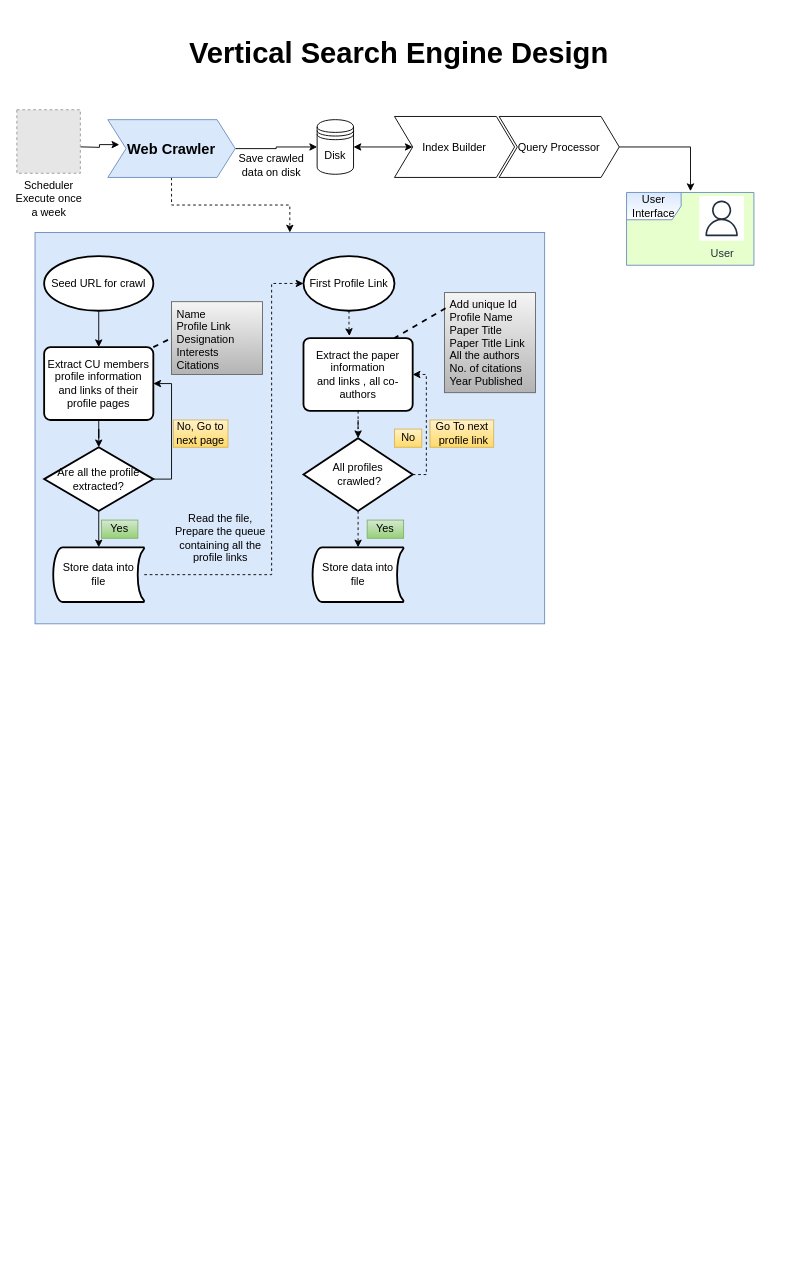
Before: Untitled Diagram.drawio in rawat-sushil/vertical_search_engine, a draw.io diagram. Source tidied: cells renumbered, new cells numbered last; positions are measured from the earlier drawing's top-left corner, leaving out a move shared by most shapes. Both pictures are drawn from the tidied source at 91%, with x=0, y=0 at pixel (16, 29). Pictures stored in the file or linked from it are replaced by grey dashed boxes.
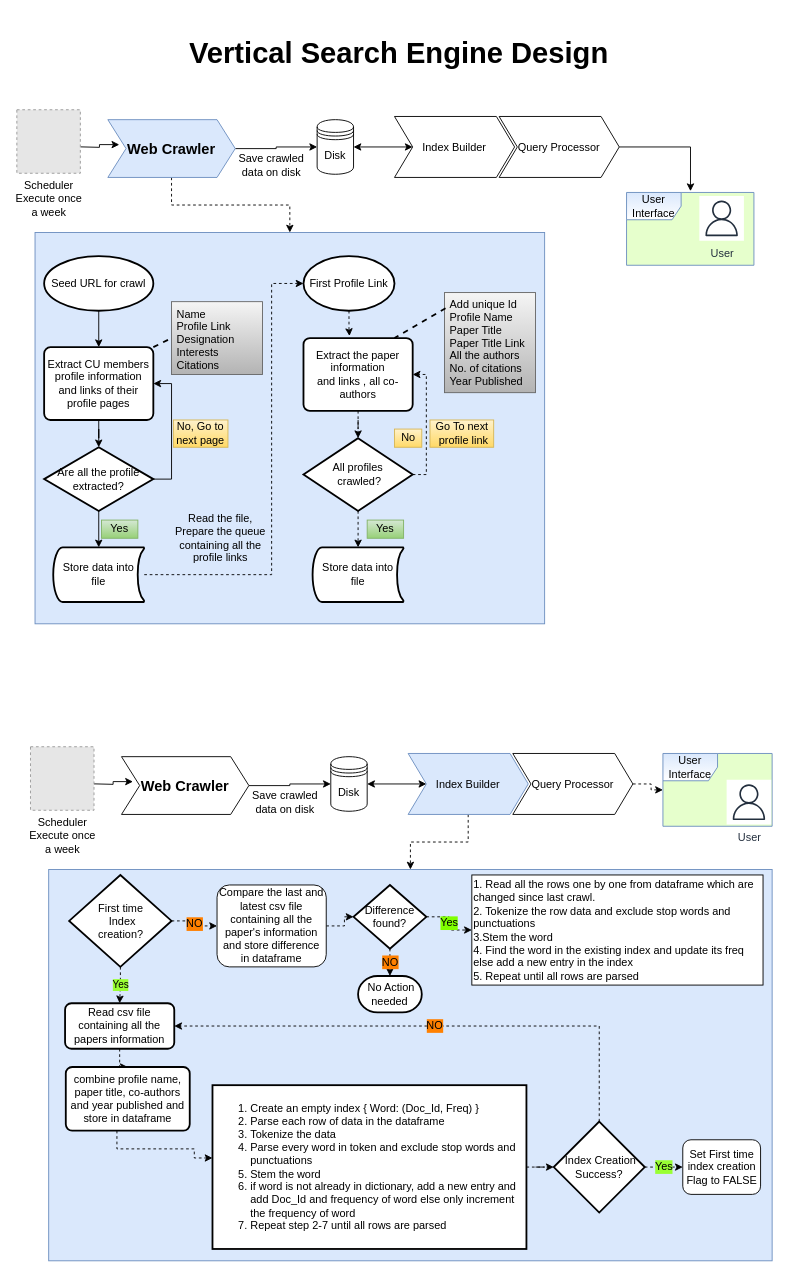
After the change.

What changed in the source:
```diff
@@
+    <mxCell id="44" style="rounded=0;whiteSpace=wrap;html=1;fontSize=12;align=center;fillColor=#dae8fc;strokeColor=#6c8ebf;" parent="1" vertex="1">
+      <mxGeometry x="35" y="923" width="795" height="430" as="geometry" />
+    </mxCell>
+    <mxCell id="45" value="User Interface" style="shape=umlFrame;whiteSpace=wrap;html=1;fillColor=#dae8fc;strokeColor=#6c8ebf;gradientColor=#ffffff;swimlaneFillColor=#E6FFCC;" parent="1" vertex="1">
+      <mxGeometry x="710" y="795.5" width="120" height="80" as="geometry" />
+    </mxCell>
+    <mxCell id="46" style="edgeStyle=orthogonalEdgeStyle;rounded=0;jettySize=auto;html=1;dashed=1;" parent="1" edge="1" source="47" target="44">
+      <mxGeometry relative="1" as="geometry" />
+    </mxCell>
+    <mxCell id="47" value="Index Builder" style="shape=step;perimeter=stepPerimeter;fixedSize=1;points=[];align=center;fillColor=#dae8fc;strokeColor=#6c8ebf;" parent="1" vertex="1">
+      <mxGeometry x="430" y="795.5" width="132" height="67" as="geometry" />
+    </mxCell>
+    <mxCell id="48" style="edgeStyle=orthogonalEdgeStyle;rounded=0;jettySize=auto;html=1;entryX=0;entryY=0.5;entryDx=0;entryDy=0;startArrow=none;startFill=0;" parent="1" edge="1" source="49" target="53">
+      <mxGeometry relative="1" as="geometry" />
+    </mxCell>
+    <mxCell id="49" value="Web Crawler" style="shape=step;perimeter=stepPerimeter;fixedSize=1;points=[];fontStyle=1;fontSize=16;" parent="1" vertex="1">
+      <mxGeometry x="115" y="799" width="140" height="63.5" as="geometry" />
+    </mxCell>
+    <mxCell id="50" style="edgeStyle=orthogonalEdgeStyle;rounded=0;jettySize=auto;html=1;dashed=1;labelBackgroundColor=#99FF33;fontSize=12;" parent="1" edge="1" source="51" target="45">
+      <mxGeometry relative="1" as="geometry" />
+    </mxCell>
+    <mxCell id="51" value="Query Processor" style="shape=step;perimeter=stepPerimeter;fixedSize=1;points=[];align=center;fontSize=12;" parent="1" vertex="1">
+      <mxGeometry x="545" y="795.5" width="132" height="67" as="geometry" />
+    </mxCell>
+    <mxCell id="52" style="edgeStyle=orthogonalEdgeStyle;rounded=0;jettySize=auto;html=1;startArrow=classic;startFill=1;" parent="1" edge="1" source="53" target="47">
+      <mxGeometry relative="1" as="geometry" />
+    </mxCell>
+    <mxCell id="53" value="Disk" style="shape=datastore;whiteSpace=wrap;html=1;gradientColor=#ffffff;" parent="1" vertex="1">
+      <mxGeometry x="345" y="799" width="40" height="60" as="geometry" />
+    </mxCell>
+    <mxCell id="54" value="Save crawled data on disk" style="text;html=1;strokeColor=none;fillColor=none;align=center;verticalAlign=middle;whiteSpace=wrap;rounded=0;" parent="1" vertex="1">
+      <mxGeometry x="255" y="839" width="80" height="20" as="geometry" />
+    </mxCell>
+    <mxCell id="55" style="edgeStyle=orthogonalEdgeStyle;rounded=0;jettySize=auto;html=1;entryX=0.09;entryY=0.432;entryDx=0;entryDy=0;entryPerimeter=0;startArrow=none;startFill=0;" parent="1" edge="1" target="49">
+      <mxGeometry relative="1" as="geometry">
+        <mxPoint x="84.8" y="828.9" as="sourcePoint" />
+      </mxGeometry>
+    </mxCell>
+    <mxCell id="56" value="Scheduler&lt;br&gt;Execute once &lt;br&gt;a week" style="fillColor=#E6E6E6;strokeColor=#999999;dashed=1;html=1;verticalAlign=top;verticalLabelPosition=bottom;labelBackgroundColor=#ffffff;" parent="1" vertex="1">
+      <mxGeometry x="15" y="788.1" width="69.8" height="69.8" as="geometry" />
+    </mxCell>
+    <mxCell id="57" style="edgeStyle=orthogonalEdgeStyle;rounded=0;jettySize=auto;html=1;entryX=0.5;entryY=0;entryDx=0;entryDy=0;dashed=1;labelBackgroundColor=#99FF33;" parent="1" edge="1" source="58" target="64">
+      <mxGeometry relative="1" as="geometry" />
+    </mxCell>
+    <mxCell id="58" value="Read csv file containing all the papers information" style="rounded=1;whiteSpace=wrap;html=1;absoluteArcSize=1;arcSize=14;strokeWidth=2;gradientColor=#ffffff;fontSize=12;align=center;" parent="1" vertex="1">
+      <mxGeometry x="53" y="1070" width="120" height="50" as="geometry" />
+    </mxCell>
+    <mxCell id="59" value="User" style="fontColor=#232F3E;gradientColor=none;strokeColor=#232F3E;fillColor=#ffffff;dashed=0;verticalLabelPosition=bottom;verticalAlign=top;align=center;html=1;fontSize=12;fontStyle=0;shape=mxgraph.aws4.resourceIcon;resIcon=mxgraph.aws4.user;" parent="1" vertex="1">
+      <mxGeometry x="780" y="824.5" width="49" height="49" as="geometry" />
+    </mxCell>
+    <mxCell id="60" value="Yes" style="edgeStyle=orthogonalEdgeStyle;rounded=0;jettySize=auto;html=1;entryX=0.5;entryY=0;entryDx=0;entryDy=0;dashed=1;labelBackgroundColor=#99FF33;" parent="1" edge="1" source="62" target="58">
+      <mxGeometry relative="1" as="geometry" />
+    </mxCell>
+    <mxCell id="61" value="NO" style="edgeStyle=orthogonalEdgeStyle;rounded=0;jettySize=auto;html=1;dashed=1;labelBackgroundColor=#FF8000;fontSize=12;" parent="1" edge="1" source="62" target="72">
+      <mxGeometry relative="1" as="geometry" />
+    </mxCell>
+    <mxCell id="62" value="First time&lt;br&gt;&amp;nbsp;Index &lt;br&gt;creation?" style="strokeWidth=2;html=1;shape=mxgraph.flowchart.decision;whiteSpace=wrap;" parent="1" vertex="1">
+      <mxGeometry x="57.5" y="929" width="112.5" height="101" as="geometry" />
+    </mxCell>
+    <mxCell id="63" style="edgeStyle=orthogonalEdgeStyle;rounded=0;jettySize=auto;html=1;dashed=1;labelBackgroundColor=#99FF33;fontSize=12;" parent="1" edge="1" source="64" target="66">
+      <mxGeometry relative="1" as="geometry">
+        <Array as="points">
+          <mxPoint x="110" y="1230" />
+          <mxPoint x="195" y="1230" />
+          <mxPoint x="195" y="1240" />
+        </Array>
+      </mxGeometry>
+    </mxCell>
+    <mxCell id="64" value="combine profile name, paper title, co-authors and year published and store in dataframe" style="rounded=1;whiteSpace=wrap;html=1;absoluteArcSize=1;arcSize=14;strokeWidth=2;gradientColor=#ffffff;fontSize=12;align=center;" parent="1" vertex="1">
+      <mxGeometry x="53.8" y="1140" width="136.2" height="70" as="geometry" />
+    </mxCell>
+    <mxCell id="65" style="edgeStyle=orthogonalEdgeStyle;rounded=0;jettySize=auto;html=1;dashed=1;labelBackgroundColor=#99FF33;fontSize=12;" parent="1" edge="1" source="66" target="69">
+      <mxGeometry relative="1" as="geometry" />
+    </mxCell>
+    <mxCell id="66" value="&lt;ol style=&quot;font-size: 12px&quot;&gt;&lt;li style=&quot;font-size: 12px&quot;&gt;&lt;span style=&quot;font-size: 12px&quot;&gt;Create an empty index { Word: (Doc_Id, Freq) }&lt;/span&gt;&lt;/li&gt;&lt;li style=&quot;font-size: 12px&quot;&gt;&lt;span style=&quot;font-size: 12px&quot;&gt;Parse each row of data in the dataframe&lt;/span&gt;&lt;br style=&quot;font-size: 12px&quot;&gt;&lt;/li&gt;&lt;li style=&quot;font-size: 12px&quot;&gt;Tokenize the data&lt;/li&gt;&lt;li style=&quot;font-size: 12px&quot;&gt;Parse every word in token and exclude stop words and punctuations&lt;/li&gt;&lt;li style=&quot;font-size: 12px&quot;&gt;Stem the word&lt;/li&gt;&lt;li style=&quot;font-size: 12px&quot;&gt;if word is not already in dictionary, add a new entry and add Doc_Id and frequency of word else only increment the frequency of word&lt;/li&gt;&lt;li style=&quot;font-size: 12px&quot;&gt;Repeat step 2-7 until all rows are parsed&lt;/li&gt;&lt;/ol&gt;" style="rounded=1;whiteSpace=wrap;html=1;absoluteArcSize=1;arcSize=0;strokeWidth=2;align=left;fontSize=12;" parent="1" vertex="1">
+      <mxGeometry x="215" y="1160" width="345" height="180" as="geometry" />
+    </mxCell>
+    <mxCell id="67" value="Yes" style="edgeStyle=orthogonalEdgeStyle;rounded=0;jettySize=auto;html=1;entryX=0;entryY=0.5;entryDx=0;entryDy=0;dashed=1;labelBackgroundColor=#99FF33;fontSize=12;" parent="1" edge="1" source="69" target="70">
+      <mxGeometry relative="1" as="geometry" />
+    </mxCell>
+    <mxCell id="68" value="NO" style="edgeStyle=orthogonalEdgeStyle;rounded=0;jettySize=auto;html=1;entryX=1;entryY=0.5;entryDx=0;entryDy=0;dashed=1;labelBackgroundColor=#FF8000;fontSize=12;" parent="1" edge="1" source="69" target="58">
+      <mxGeometry relative="1" as="geometry">
+        <Array as="points">
+          <mxPoint x="640" y="1095" />
+        </Array>
+      </mxGeometry>
+    </mxCell>
+    <mxCell id="69" value="&amp;nbsp;Index Creation Success?" style="strokeWidth=2;html=1;shape=mxgraph.flowchart.decision;whiteSpace=wrap;fontSize=12;align=center;" parent="1" vertex="1">
+      <mxGeometry x="590" y="1200" width="100" height="100" as="geometry" />
+    </mxCell>
+    <mxCell id="70" value="Set First time index creation Flag to FALSE" style="rounded=1;whiteSpace=wrap;html=1;fontSize=12;align=center;" parent="1" vertex="1">
+      <mxGeometry x="731.8" y="1220" width="85.5" height="60" as="geometry" />
+    </mxCell>
+    <mxCell id="71" style="edgeStyle=orthogonalEdgeStyle;rounded=0;jettySize=auto;html=1;entryX=0;entryY=0.5;entryDx=0;entryDy=0;entryPerimeter=0;dashed=1;labelBackgroundColor=#FF8000;fontSize=12;" parent="1" edge="1" source="72" target="75">
+      <mxGeometry relative="1" as="geometry" />
+    </mxCell>
+    <mxCell id="72" value="&lt;div&gt;&lt;span&gt;Compare the last and latest csv file containing all the paper's information and store difference in dataframe&lt;/span&gt;&lt;/div&gt;" style="rounded=1;whiteSpace=wrap;html=1;fontSize=12;align=center;" parent="1" vertex="1">
+      <mxGeometry x="220" y="940" width="120" height="90" as="geometry" />
+    </mxCell>
+    <mxCell id="73" value="NO" style="edgeStyle=orthogonalEdgeStyle;rounded=0;jettySize=auto;html=1;entryX=0.5;entryY=0;entryDx=0;entryDy=0;entryPerimeter=0;dashed=1;labelBackgroundColor=#FF8000;fontSize=12;" parent="1" edge="1" source="75" target="76">
+      <mxGeometry relative="1" as="geometry" />
+    </mxCell>
+    <mxCell id="74" value="Yes" style="edgeStyle=orthogonalEdgeStyle;rounded=0;jettySize=auto;html=1;dashed=1;labelBackgroundColor=#80FF00;fontSize=12;" parent="1" edge="1" source="75" target="77">
+      <mxGeometry relative="1" as="geometry" />
+    </mxCell>
+    <mxCell id="75" value="Difference found?" style="strokeWidth=2;html=1;shape=mxgraph.flowchart.decision;whiteSpace=wrap;fontSize=12;align=center;" parent="1" vertex="1">
+      <mxGeometry x="370" y="940" width="80" height="70" as="geometry" />
+    </mxCell>
+    <mxCell id="76" value="&amp;nbsp;No Action needed" style="strokeWidth=2;html=1;shape=mxgraph.flowchart.terminator;whiteSpace=wrap;fontSize=12;align=center;" parent="1" vertex="1">
+      <mxGeometry x="375" y="1040" width="70" height="40" as="geometry" />
+    </mxCell>
+    <mxCell id="77" value="1. Read all the rows one by one from dataframe which are changed since last crawl.&lt;br&gt;2. Tokenize the row data and exclude stop words and punctuations&lt;br&gt;3.Stem the word&lt;br&gt;4. Find the word in the existing index and update its freq else add a new entry in the index&lt;br&gt;5. Repeat until all rows are parsed" style="rounded=0;whiteSpace=wrap;html=1;fontSize=12;align=left;" parent="1" vertex="1">
+      <mxGeometry x="500" y="929" width="320" height="121" as="geometry" />
+    </mxCell>
```
